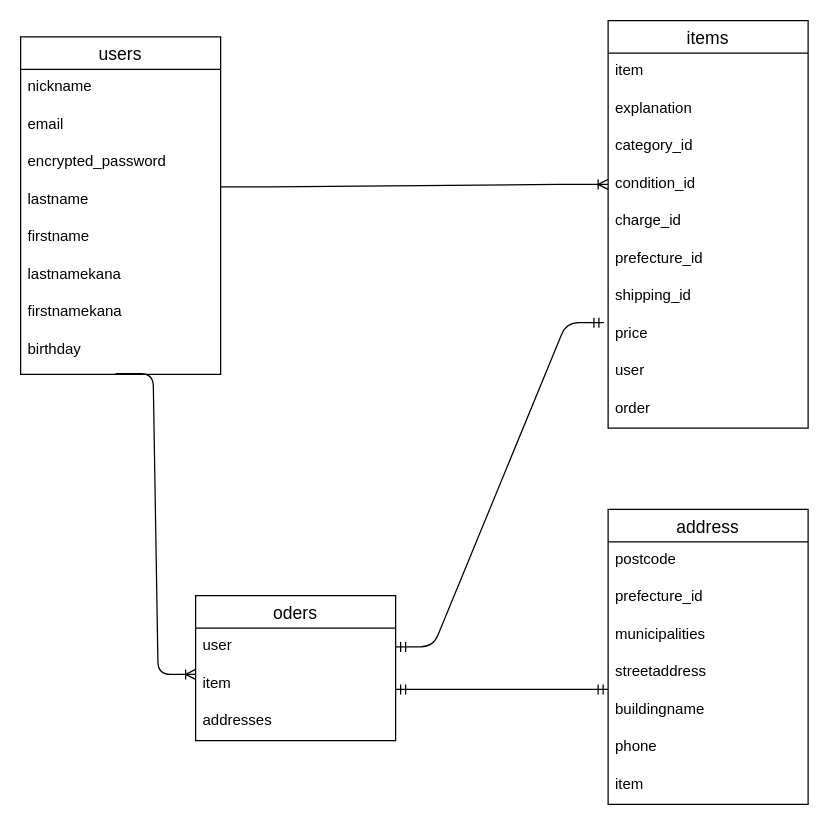
Earlier version of the draw.io diagram furima.dio (tomoco-h/furima-39522). Source tidied: cells renumbered, new cells numbered last; positions are measured from the earlier drawing's top-left corner, leaving out a move shared by most shapes. Both pictures are drawn from the tidied source at 125%, with x=0, y=0 at pixel (20, 20).
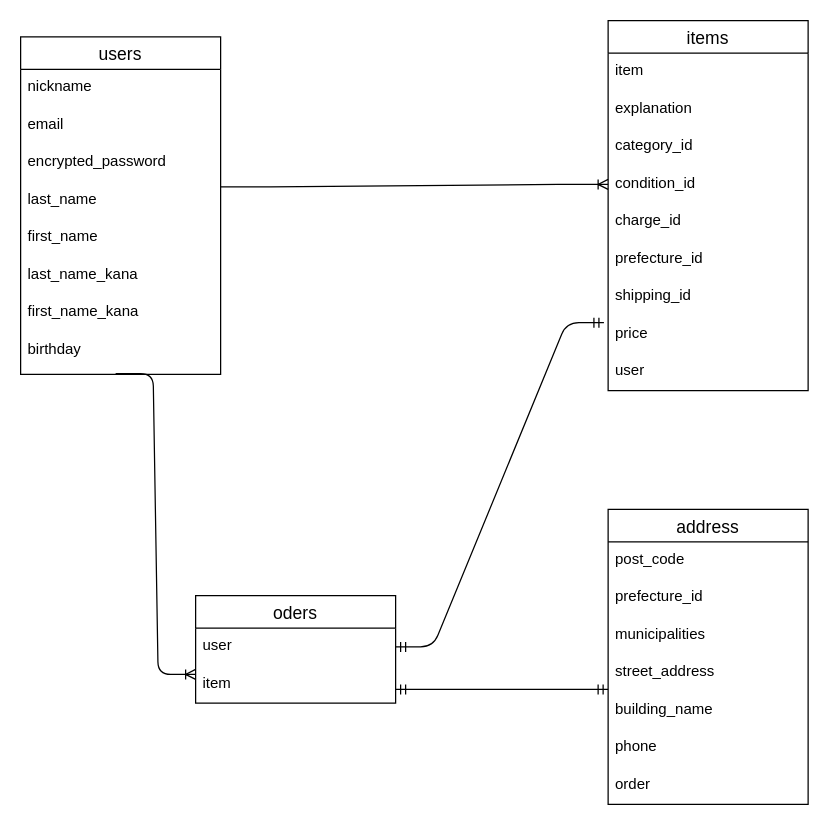
The same page after the edit.

Commit message (it also covers changes not shown here):
データベース設計_修正v3

The change refers to these unchanged cells:
```xml
<mxCell id="3" value="users" style="swimlane;fontStyle=0;horizontal=1;startSize=26;align=center;fontSize=14;" parent="1" vertex="1">
  <mxGeometry y="13" width="160" height="270" as="geometry" />
</mxCell>
<mxCell id="27" value="address" style="swimlane;fontStyle=0;horizontal=1;startSize=26;align=center;fontSize=14;" parent="1" vertex="1">
  <mxGeometry x="470" y="391" width="160" height="236" as="geometry" />
</mxCell>
```

Diff of the diagram source:
```diff
@@
-    <mxCell id="7" value="lastname" style="text;strokeColor=none;fillColor=none;spacingLeft=4;spacingRight=4;overflow=hidden;points=[[0,0.5],[1,0.5]];portConstraint=eastwest;fontSize=12;" parent="3" vertex="1">
+    <mxCell id="7" value="last_name" style="text;strokeColor=none;fillColor=none;spacingLeft=4;spacingRight=4;overflow=hidden;points=[[0,0.5],[1,0.5]];portConstraint=eastwest;fontSize=12;" parent="3" vertex="1">
       <mxGeometry y="116" width="160" height="30" as="geometry" />
     </mxCell>
-    <mxCell id="8" value="firstname" style="text;strokeColor=none;fillColor=none;spacingLeft=4;spacingRight=4;overflow=hidden;fontSize=12;" parent="3" vertex="1">
+    <mxCell id="8" value="first_name" style="text;strokeColor=none;fillColor=none;spacingLeft=4;spacingRight=4;overflow=hidden;fontSize=12;" parent="3" vertex="1">
       <mxGeometry y="146" width="160" height="30" as="geometry" />
     </mxCell>
-    <mxCell id="9" value="lastnamekana" style="text;strokeColor=none;fillColor=none;spacingLeft=4;spacingRight=4;overflow=hidden;fontSize=12;" parent="3" vertex="1">
+    <mxCell id="9" value="last_name_kana" style="text;strokeColor=none;fillColor=none;spacingLeft=4;spacingRight=4;overflow=hidden;fontSize=12;" parent="3" vertex="1">
       <mxGeometry y="176" width="160" height="30" as="geometry" />
     </mxCell>
-    <mxCell id="10" value="firstnamekana" style="text;strokeColor=none;fillColor=none;spacingLeft=4;spacingRight=4;overflow=hidden;fontSize=12;" parent="3" vertex="1">
+    <mxCell id="10" value="first_name_kana" style="text;strokeColor=none;fillColor=none;spacingLeft=4;spacingRight=4;overflow=hidden;fontSize=12;" parent="3" vertex="1">
       <mxGeometry y="206" width="160" height="30" as="geometry" />
     </mxCell>
@@
     <mxCell id="12" value="items" style="swimlane;fontStyle=0;horizontal=1;startSize=26;align=center;fontSize=14;" parent="1" vertex="1">
-      <mxGeometry x="470" width="160" height="326" as="geometry" />
+      <mxGeometry x="470" width="160" height="296" as="geometry" />
     </mxCell>
@@
-    <mxCell id="22" value=" order" style="text;strokeColor=none;fillColor=none;spacingLeft=4;spacingRight=4;overflow=hidden;fontSize=12;" parent="12" vertex="1">
-      <mxGeometry y="296" width="160" height="30" as="geometry" />
-    </mxCell>
     <mxCell id="23" value="oders" style="swimlane;fontStyle=0;horizontal=1;startSize=26;align=center;fontSize=14;" parent="1" vertex="1">
-      <mxGeometry x="140" y="460" width="160" height="116" as="geometry" />
+      <mxGeometry x="140" y="460" width="160" height="86" as="geometry" />
     </mxCell>
@@
-    <mxCell id="26" value="addresses" style="text;strokeColor=none;fillColor=none;spacingLeft=4;spacingRight=4;overflow=hidden;fontSize=12;" parent="23" vertex="1">
-      <mxGeometry y="86" width="160" height="30" as="geometry" />
-    </mxCell>
@@
-    <mxCell id="28" value="postcode" style="text;strokeColor=none;fillColor=none;spacingLeft=4;spacingRight=4;overflow=hidden;fontSize=12;" parent="27" vertex="1">
+    <mxCell id="28" value="post_code" style="text;strokeColor=none;fillColor=none;spacingLeft=4;spacingRight=4;overflow=hidden;fontSize=12;" parent="27" vertex="1">
       <mxGeometry y="26" width="160" height="30" as="geometry" />
     </mxCell>
@@
-    <mxCell id="31" value="streetaddress" style="text;strokeColor=none;fillColor=none;spacingLeft=4;spacingRight=4;overflow=hidden;fontSize=12;" parent="27" vertex="1">
+    <mxCell id="31" value="street_address" style="text;strokeColor=none;fillColor=none;spacingLeft=4;spacingRight=4;overflow=hidden;fontSize=12;" parent="27" vertex="1">
       <mxGeometry y="116" width="160" height="30" as="geometry" />
     </mxCell>
-    <mxCell id="32" value="buildingname" style="text;strokeColor=none;fillColor=none;spacingLeft=4;spacingRight=4;overflow=hidden;fontSize=12;" parent="27" vertex="1">
+    <mxCell id="32" value="building_name" style="text;strokeColor=none;fillColor=none;spacingLeft=4;spacingRight=4;overflow=hidden;fontSize=12;" parent="27" vertex="1">
       <mxGeometry y="146" width="160" height="30" as="geometry" />
     </mxCell>
@@
-    <mxCell id="34" value="item" style="text;strokeColor=none;fillColor=none;spacingLeft=4;spacingRight=4;overflow=hidden;fontSize=12;" parent="27" vertex="1">
+    <mxCell id="34" value="order" style="text;strokeColor=none;fillColor=none;spacingLeft=4;spacingRight=4;overflow=hidden;fontSize=12;" parent="27" vertex="1">
       <mxGeometry y="206" width="160" height="30" as="geometry" />
     </mxCell>
```
